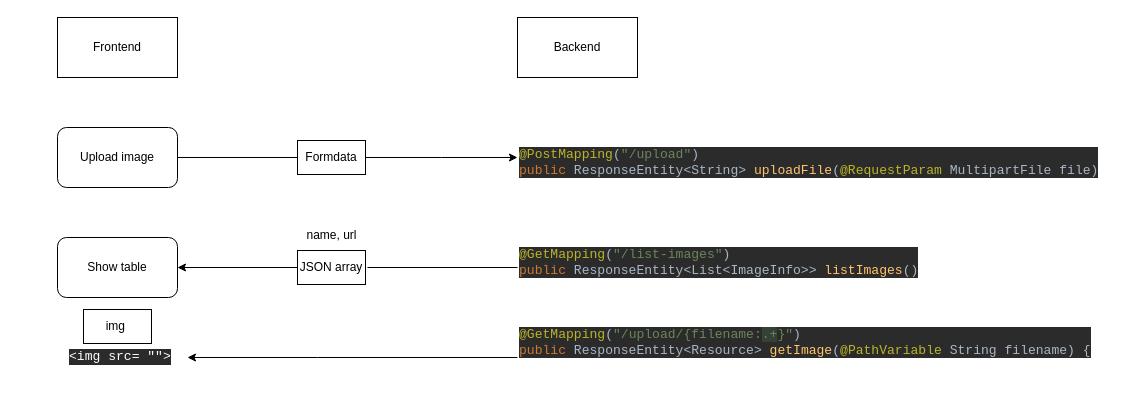
Before: Process.drawio in TheMIU/FileUpload_SpringBoot, a draw.io diagram. Source tidied: cells renumbered, new cells numbered last; positions are measured from the earlier drawing's top-left corner, leaving out a move shared by most shapes. Both pictures are drawn from the tidied source at 100%, with x=0, y=0 at pixel (57, 17).
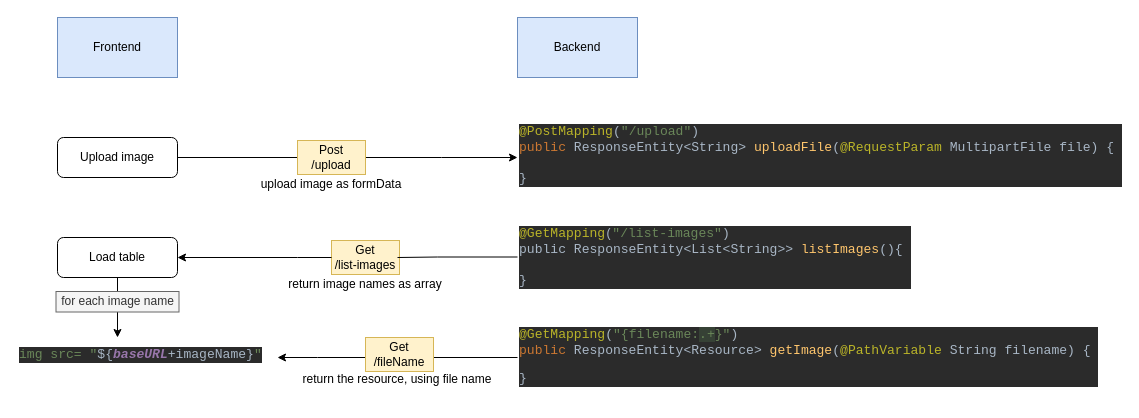
The same page after the edit.

The edit, as a diff of the source:
```diff
@@
-    <mxCell id="2" value="Frontend" style="rounded=0;whiteSpace=wrap;html=1;" parent="1" vertex="1">
+    <mxCell id="2" value="Frontend" style="rounded=0;whiteSpace=wrap;html=1;fillColor=#dae8fc;strokeColor=#6c8ebf;" parent="1" vertex="1">
       <mxGeometry width="120" height="60" as="geometry" />
     </mxCell>
-    <mxCell id="3" value="Backend" style="rounded=0;whiteSpace=wrap;html=1;" parent="1" vertex="1">
+    <mxCell id="3" value="Backend" style="rounded=0;whiteSpace=wrap;html=1;fillColor=#dae8fc;strokeColor=#6c8ebf;" parent="1" vertex="1">
       <mxGeometry x="460" width="120" height="60" as="geometry" />
     </mxCell>
@@
     <mxCell id="5" value="Upload image" style="rounded=1;whiteSpace=wrap;html=1;" parent="1" vertex="1">
-      <mxGeometry y="110" width="120" height="60" as="geometry" />
+      <mxGeometry y="120" width="120" height="40" as="geometry" />
     </mxCell>
@@
-    <mxCell id="7" value="Formdata" style="rounded=0;whiteSpace=wrap;html=1;" parent="1" vertex="1">
+    <mxCell id="7" value="Post&lt;br&gt;/upload" style="rounded=0;whiteSpace=wrap;html=1;fillColor=#fff2cc;strokeColor=#d6b656;" parent="1" vertex="1">
       <mxGeometry x="240" y="123" width="68" height="34" as="geometry" />
     </mxCell>
-    <mxCell id="8" value="&lt;pre style=&quot;background-color:#2b2b2b;color:#a9b7c6;font-family:'JetBrains Mono',monospace;font-size:9.8pt;&quot;&gt;&lt;span style=&quot;color:#bbb529;&quot;&gt;@PostMapping&lt;/span&gt;(&lt;span style=&quot;color:#6a8759;&quot;&gt;&quot;/upload&quot;&lt;/span&gt;)&lt;br&gt;&lt;span style=&quot;color:#cc7832;&quot;&gt;public &lt;/span&gt;ResponseEntity&amp;lt;String&amp;gt; &lt;span style=&quot;color:#ffc66d;&quot;&gt;uploadFile&lt;/span&gt;(&lt;span style=&quot;color:#bbb529;&quot;&gt;@RequestParam &lt;/span&gt;MultipartFile file)&lt;/pre&gt;" style="text;whiteSpace=wrap;html=1;" parent="1" vertex="1">
-      <mxGeometry x="460" y="110" width="210" height="70" as="geometry" />
+    <mxCell id="8" value="&lt;pre style=&quot;background-color: rgb(43, 43, 43); font-family: &amp;quot;JetBrains Mono&amp;quot;, monospace; font-size: 9.8pt;&quot;&gt;&lt;pre style=&quot;font-family: &amp;quot;JetBrains Mono&amp;quot;, monospace; font-size: 9.8pt;&quot;&gt;&lt;font color=&quot;#bbb529&quot;&gt;@PostMapping&lt;/font&gt;&lt;font color=&quot;#a9b7c6&quot;&gt;(&lt;/font&gt;&lt;span style=&quot;color: rgb(106, 135, 89);&quot;&gt;&quot;/upload&quot;&lt;/span&gt;&lt;font color=&quot;#a9b7c6&quot;&gt;)&lt;br&gt;&lt;/font&gt;&lt;span style=&quot;color: rgb(204, 120, 50);&quot;&gt;public &lt;/span&gt;&lt;font color=&quot;#a9b7c6&quot;&gt;ResponseEntity&amp;lt;String&amp;gt; &lt;/font&gt;&lt;span style=&quot;color: rgb(255, 198, 109);&quot;&gt;uploadFile&lt;/span&gt;&lt;font color=&quot;#a9b7c6&quot;&gt;(&lt;/font&gt;&lt;span style=&quot;color: rgb(187, 181, 41);&quot;&gt;@RequestParam &lt;/span&gt;&lt;font color=&quot;#a9b7c6&quot;&gt;MultipartFile file) { &lt;br&gt;&lt;br&gt;}&lt;/font&gt;&lt;/pre&gt;&lt;/pre&gt;" style="text;whiteSpace=wrap;html=1;" parent="1" vertex="1">
+      <mxGeometry x="460" y="87" width="210" height="70" as="geometry" />
     </mxCell>
+    <mxCell id="19" style="edgeStyle=orthogonalEdgeStyle;rounded=0;jettySize=auto;html=1;" parent="1" edge="1" source="9">
+      <mxGeometry relative="1" as="geometry">
+        <mxPoint x="60" y="320" as="targetPoint" />
+      </mxGeometry>
+    </mxCell>
-    <mxCell id="9" value="Show table" style="rounded=1;whiteSpace=wrap;html=1;" parent="1" vertex="1">
-      <mxGeometry y="220" width="120" height="60" as="geometry" />
+    <mxCell id="9" value="Load table" style="rounded=1;whiteSpace=wrap;html=1;" parent="1" vertex="1">
+      <mxGeometry y="220" width="120" height="40" as="geometry" />
     </mxCell>
-    <mxCell id="10" value="img&amp;nbsp;" style="rounded=0;whiteSpace=wrap;html=1;" parent="1" vertex="1">
-      <mxGeometry x="26" y="292" width="68" height="34" as="geometry" />
-    </mxCell>
-    <mxCell id="11" value="JSON array" style="rounded=0;whiteSpace=wrap;html=1;" parent="1" vertex="1">
-      <mxGeometry x="240" y="233" width="68" height="34" as="geometry" />
+    <mxCell id="11" value="Get&lt;br&gt;/list-images" style="rounded=0;whiteSpace=wrap;html=1;fillColor=#fff2cc;strokeColor=#d6b656;" parent="1" vertex="1">
+      <mxGeometry x="274" y="223" width="68" height="34" as="geometry" />
     </mxCell>
     <mxCell id="12" style="edgeStyle=orthogonalEdgeStyle;rounded=0;jettySize=auto;html=1;entryX=1;entryY=0.5;entryDx=0;entryDy=0;exitX=0;exitY=0.5;exitDx=0;exitDy=0;" parent="1" edge="1" source="11" target="9">
-      <mxGeometry relative="1" as="geometry" />
+      <mxGeometry relative="1" as="geometry">
+        <Array as="points">
+          <mxPoint x="240" y="240" />
+        </Array>
+      </mxGeometry>
     </mxCell>
-    <mxCell id="13" value="name, url" style="text;html=1;align=center;verticalAlign=middle;strokeColor=none;fillColor=none;" parent="1" vertex="1">
-      <mxGeometry x="239" y="203" width="70" height="30" as="geometry" />
-    </mxCell>
-    <mxCell id="14" style="edgeStyle=orthogonalEdgeStyle;rounded=0;jettySize=auto;html=1;endArrow=none;endFill=0;" parent="1" edge="1" source="15">
+    <mxCell id="14" style="edgeStyle=orthogonalEdgeStyle;rounded=0;orthogonalLoop=1;jettySize=auto;html=1;endArrow=none;endFill=0;" parent="1" edge="1">
       <mxGeometry relative="1" as="geometry">
-        <mxPoint x="310" y="250" as="targetPoint" />
+        <mxPoint x="460" y="239.5" as="sourcePoint" />
+        <mxPoint x="340" y="240" as="targetPoint" />
+        <Array as="points">
+          <mxPoint x="380" y="239" />
+          <mxPoint x="310" y="240" />
+        </Array>
       </mxGeometry>
     </mxCell>
-    <mxCell id="15" value="&lt;pre style=&quot;background-color:#2b2b2b;color:#a9b7c6;font-family:'JetBrains Mono',monospace;font-size:9.8pt;&quot;&gt;&lt;span style=&quot;color:#bbb529;&quot;&gt;@GetMapping&lt;/span&gt;(&lt;span style=&quot;color:#6a8759;&quot;&gt;&quot;/list-images&quot;&lt;/span&gt;)&lt;br&gt;&lt;span style=&quot;color:#cc7832;&quot;&gt;public &lt;/span&gt;ResponseEntity&amp;lt;List&amp;lt;ImageInfo&amp;gt;&amp;gt; &lt;span style=&quot;color:#ffc66d;&quot;&gt;listImages&lt;/span&gt;()&lt;/pre&gt;" style="text;whiteSpace=wrap;html=1;" parent="1" vertex="1">
-      <mxGeometry x="460" y="210" width="430" height="80" as="geometry" />
+    <mxCell id="15" value="&lt;pre style=&quot;background-color: rgb(43, 43, 43);&quot;&gt;&lt;span style=&quot;color: rgb(187, 181, 41); font-family: &amp;quot;JetBrains Mono&amp;quot;, monospace; font-size: 9.8pt;&quot;&gt;@GetMapping&lt;/span&gt;&lt;font face=&quot;JetBrains Mono, monospace&quot; color=&quot;#a9b7c6&quot;&gt;(&lt;/font&gt;&lt;span style=&quot;color: rgb(106, 135, 89); font-family: &amp;quot;JetBrains Mono&amp;quot;, monospace; font-size: 9.8pt;&quot;&gt;&quot;/list-images&quot;&lt;/span&gt;&lt;font face=&quot;JetBrains Mono, monospace&quot; color=&quot;#a9b7c6&quot;&gt;&lt;span style=&quot;font-size: 9.8pt;&quot;&gt;)&lt;br&gt;public &lt;/span&gt;&lt;/font&gt;&lt;span style=&quot;color: rgb(169, 183, 198); font-family: &amp;quot;JetBrains Mono&amp;quot;, monospace; font-size: 9.8pt;&quot;&gt;ResponseEntity&amp;lt;List&amp;lt;String&amp;gt;&amp;gt; &lt;/span&gt;&lt;span style=&quot;color: rgb(255, 198, 109); font-family: &amp;quot;JetBrains Mono&amp;quot;, monospace; font-size: 9.8pt;&quot;&gt;listImages&lt;/span&gt;&lt;span style=&quot;color: rgb(169, 183, 198); font-family: &amp;quot;JetBrains Mono&amp;quot;, monospace; font-size: 9.8pt;&quot;&gt;()&lt;/span&gt;&lt;font face=&quot;JetBrains Mono, monospace&quot; color=&quot;#a9b7c6&quot;&gt;&lt;span style=&quot;font-size: 9.8pt;&quot;&gt;{ &lt;br&gt;&lt;/span&gt;&lt;span style=&quot;font-size: 13.0667px;&quot;&gt;&lt;br/&gt;&lt;/span&gt;&lt;span style=&quot;font-size: 9.8pt;&quot;&gt;}&lt;/span&gt;&lt;/font&gt;&lt;/pre&gt;" style="text;whiteSpace=wrap;html=1;" parent="1" vertex="1">
+      <mxGeometry x="460" y="190" width="430" height="80" as="geometry" />
     </mxCell>
-    <mxCell id="16" value="&lt;pre style=&quot;background-color: rgb(43, 43, 43); font-family: &amp;quot;JetBrains Mono&amp;quot;, monospace; font-size: 9.8pt;&quot;&gt;&lt;font color=&quot;#ffffff&quot;&gt;&amp;lt;img src= &quot;&quot;&amp;gt;&lt;/font&gt;&lt;/pre&gt;" style="text;whiteSpace=wrap;html=1;fontStyle=0;" parent="1" vertex="1">
-      <mxGeometry x="10" y="312" width="110" height="70" as="geometry" />
-    </mxCell>
-    <mxCell id="17" value="&lt;pre style=&quot;background-color:#2b2b2b;color:#a9b7c6;font-family:'JetBrains Mono',monospace;font-size:9.8pt;&quot;&gt;&lt;span style=&quot;color:#bbb529;&quot;&gt;@GetMapping&lt;/span&gt;(&lt;span style=&quot;color:#6a8759;&quot;&gt;&quot;/upload/{filename:&lt;/span&gt;&lt;span style=&quot;color:#6a8759;background-color:#364135;&quot;&gt;.+&lt;/span&gt;&lt;span style=&quot;color:#6a8759;&quot;&gt;}&quot;&lt;/span&gt;)&lt;br&gt;&lt;span style=&quot;color:#cc7832;&quot;&gt;public &lt;/span&gt;ResponseEntity&amp;lt;Resource&amp;gt; &lt;span style=&quot;color:#ffc66d;&quot;&gt;getImage&lt;/span&gt;(&lt;span style=&quot;color:#bbb529;&quot;&gt;@PathVariable &lt;/span&gt;String filename) {&lt;/pre&gt;" style="text;whiteSpace=wrap;html=1;" parent="1" vertex="1">
+    <mxCell id="17" value="&lt;pre style=&quot;background-color: rgb(43, 43, 43); font-family: &amp;quot;JetBrains Mono&amp;quot;, monospace; font-size: 9.8pt;&quot;&gt;&lt;pre style=&quot;font-family: &amp;quot;JetBrains Mono&amp;quot;, monospace; font-size: 9.8pt;&quot;&gt;&lt;font color=&quot;#bbb529&quot;&gt;@GetMapping&lt;/font&gt;&lt;font color=&quot;#a9b7c6&quot;&gt;(&lt;/font&gt;&lt;span style=&quot;color: rgb(106, 135, 89);&quot;&gt;&quot;{filename:&lt;/span&gt;&lt;span style=&quot;color: rgb(106, 135, 89); background-color: rgb(54, 65, 53);&quot;&gt;.+&lt;/span&gt;&lt;span style=&quot;color: rgb(106, 135, 89);&quot;&gt;}&quot;&lt;/span&gt;&lt;font color=&quot;#a9b7c6&quot;&gt;)&lt;/font&gt;&lt;span style=&quot;color: rgb(128, 128, 128);&quot;&gt;&lt;br&gt;&lt;/span&gt;&lt;span style=&quot;color: rgb(204, 120, 50);&quot;&gt;public &lt;/span&gt;&lt;font color=&quot;#a9b7c6&quot;&gt;ResponseEntity&amp;lt;Resource&amp;gt; &lt;/font&gt;&lt;span style=&quot;color: rgb(255, 198, 109);&quot;&gt;getImage&lt;/span&gt;&lt;font color=&quot;#a9b7c6&quot;&gt;(&lt;/font&gt;&lt;span style=&quot;color: rgb(187, 181, 41);&quot;&gt;@PathVariable &lt;/span&gt;&lt;font color=&quot;#a9b7c6&quot;&gt;String filename) { &lt;/font&gt;&lt;/pre&gt;&lt;pre style=&quot;color: rgb(169, 183, 198); font-family: &amp;quot;JetBrains Mono&amp;quot;, monospace; font-size: 9.8pt;&quot;&gt;}&lt;/pre&gt;&lt;/pre&gt;" style="text;whiteSpace=wrap;html=1;" parent="1" vertex="1">
       <mxGeometry x="460" y="290" width="560" height="80" as="geometry" />
     </mxCell>
     <mxCell id="18" style="edgeStyle=orthogonalEdgeStyle;rounded=0;jettySize=auto;html=1;endArrow=classic;endFill=1;" parent="1" edge="1" source="17">
       <mxGeometry relative="1" as="geometry">
-        <mxPoint x="130" y="340" as="targetPoint" />
+        <mxPoint x="220" y="340" as="targetPoint" />
         <Array as="points">
           <mxPoint x="260" y="340" />
           <mxPoint x="260" y="340" />
         </Array>
       </mxGeometry>
     </mxCell>
+    <mxCell id="20" value="return image names as array" style="text;whiteSpace=wrap;html=1;align=center;verticalAlign=middle;" parent="1" vertex="1">
+      <mxGeometry x="230" y="257" width="156" height="20" as="geometry" />
+    </mxCell>
+    <mxCell id="21" value="for each image name" style="text;whiteSpace=wrap;html=1;fillColor=#f5f5f5;fontColor=#333333;strokeColor=#666666;align=center;verticalAlign=middle;" parent="1" vertex="1">
+      <mxGeometry x="-1.5" y="274" width="123" height="20.5" as="geometry" />
+    </mxCell>
+    <mxCell id="22" value="&lt;pre style=&quot;background-color:#2b2b2b;color:#a9b7c6;font-family:'JetBrains Mono',monospace;font-size:9.8pt;&quot;&gt;&lt;span style=&quot;color:#6a8759;&quot;&gt;img src= &quot;&lt;/span&gt;${&lt;span style=&quot;color:#9876aa;font-weight:bold;font-style:italic;&quot;&gt;baseURL&lt;/span&gt;+imageName}&lt;span style=&quot;color:#6a8759;&quot;&gt;&quot;&lt;/span&gt;&lt;/pre&gt;" style="text;whiteSpace=wrap;html=1;" parent="1" vertex="1">
+      <mxGeometry x="-40" y="310" width="250" height="70" as="geometry" />
+    </mxCell>
+    <mxCell id="23" value="Get&lt;br&gt;/fileName" style="rounded=0;whiteSpace=wrap;html=1;fillColor=#fff2cc;strokeColor=#d6b656;" parent="1" vertex="1">
+      <mxGeometry x="308" y="320" width="68" height="34" as="geometry" />
+    </mxCell>
+    <mxCell id="24" value="return the resource, using file name" style="text;whiteSpace=wrap;verticalAlign=middle;align=center;" parent="1" vertex="1">
+      <mxGeometry x="240" y="354" width="200" height="16" as="geometry" />
+    </mxCell>
+    <mxCell id="25" value="upload image as&amp;nbsp;formData" style="text;whiteSpace=wrap;html=1;align=center;verticalAlign=middle;" parent="1" vertex="1">
+      <mxGeometry x="196" y="157" width="156" height="20" as="geometry" />
+    </mxCell>
```
